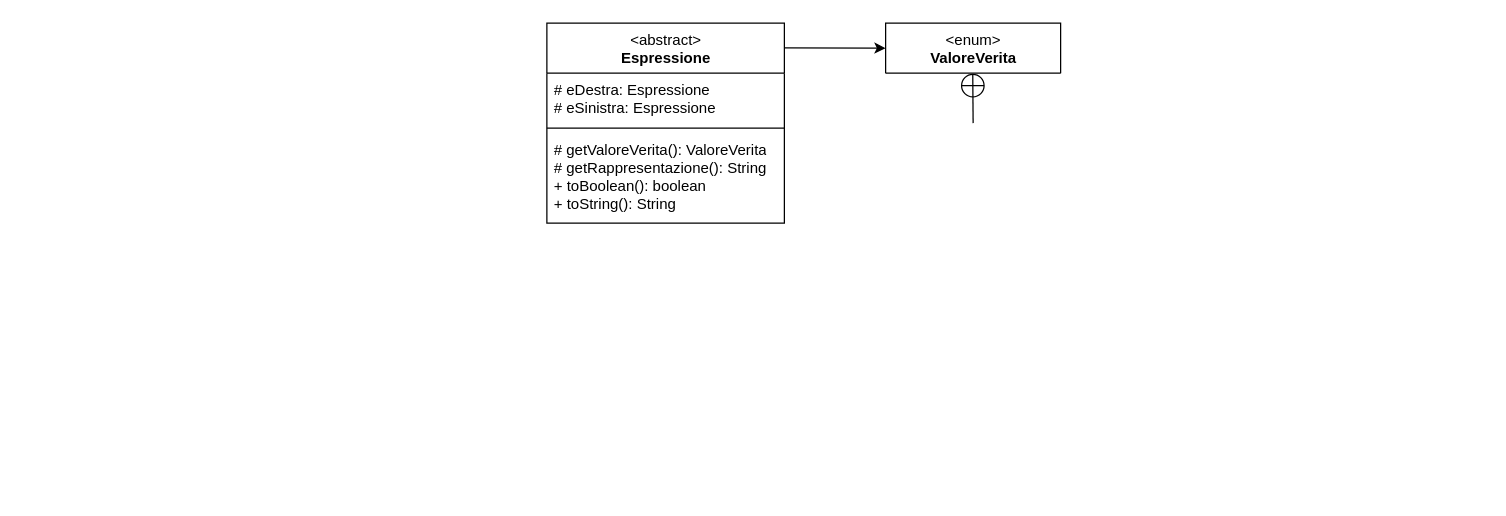
Earlier version of the draw.io diagram UML.drawio (AntoninoRando/Java-Exercises). Source tidied: cells renumbered, new cells numbered last; positions are measured from the earlier drawing's top-left corner, leaving out a move shared by most shapes. Both pictures are drawn from the tidied source at 125%, with x=0, y=0 at pixel (546, 22).
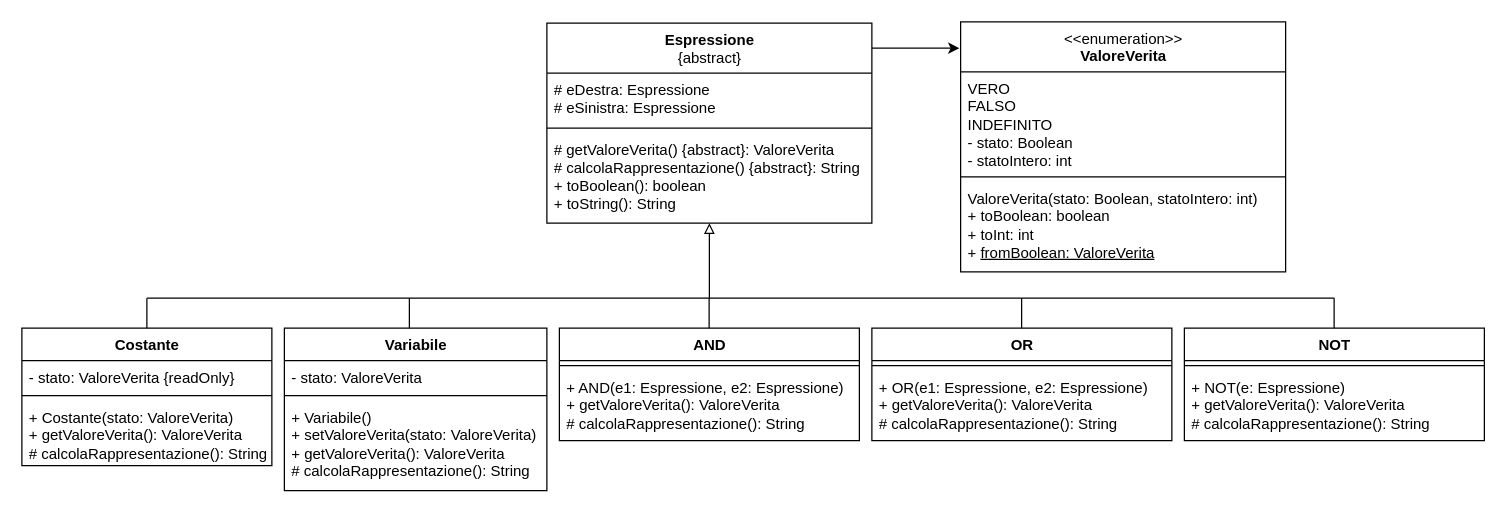
The same page after the edit.

Commit message:
UML + bug fix

Change to the diagram source:
```diff
@@
-    <mxCell id="2" value="&amp;lt;abstract&amp;gt;&lt;br&gt;&lt;b&gt;Espressione&lt;/b&gt;" style="swimlane;fontStyle=0;align=center;verticalAlign=top;horizontal=1;startSize=40;html=1;" parent="1" vertex="1">
-      <mxGeometry width="190" height="160" as="geometry" />
+    <mxCell id="2" value="&lt;b&gt;Espressione&lt;/b&gt;&lt;br&gt;{abstract}" style="swimlane;fontStyle=0;align=center;verticalAlign=top;horizontal=1;startSize=40;html=1;" parent="1" vertex="1">
+      <mxGeometry width="260" height="160" as="geometry" />
     </mxCell>
     <mxCell id="3" value="# eDestra: Espressione&lt;br&gt;# eSinistra: Espressione" style="text;html=1;strokeColor=none;fillColor=none;align=left;verticalAlign=top;spacingLeft=4;spacingRight=4;overflow=hidden;" parent="2" vertex="1">
-      <mxGeometry y="40" width="190" height="40" as="geometry" />
+      <mxGeometry y="40" width="260" height="40" as="geometry" />
     </mxCell>
     <mxCell id="4" style="line;strokeWidth=1;fillColor=none;align=left;verticalAlign=middle;spacingTop=-1;spacingLeft=3;spacingRight=3;labelPosition=right;" parent="2" vertex="1">
-      <mxGeometry y="80" width="190" height="8" as="geometry" />
+      <mxGeometry y="80" width="260" height="8" as="geometry" />
     </mxCell>
-    <mxCell id="5" value="# getValoreVerita():&amp;nbsp;ValoreVerita&lt;br&gt;# getRappresentazione(): String&lt;br&gt;+ toBoolean(): boolean&lt;br&gt;+ toString(): String" style="text;html=1;strokeColor=none;fillColor=none;align=left;verticalAlign=top;spacingLeft=4;spacingRight=4;overflow=hidden;" parent="2" vertex="1">
-      <mxGeometry y="88" width="190" height="72" as="geometry" />
+    <mxCell id="5" value="# getValoreVerita() {abstract}:&amp;nbsp;ValoreVerita&lt;br&gt;# calcolaRappresentazione() {abstract}: String&lt;br&gt;+ toBoolean(): boolean&lt;br&gt;+ toString(): String" style="text;html=1;strokeColor=none;fillColor=none;align=left;verticalAlign=top;spacingLeft=4;spacingRight=4;overflow=hidden;" parent="2" vertex="1">
+      <mxGeometry y="88" width="260" height="72" as="geometry" />
     </mxCell>
-    <mxCell id="6" value="&amp;lt;enum&amp;gt;&lt;br&gt;&lt;b&gt;ValoreVerita&lt;/b&gt;" style="swimlane;fontStyle=0;align=center;verticalAlign=top;horizontal=1;startSize=40;html=1;" parent="1" vertex="1">
-      <mxGeometry x="271" width="140" height="40" as="geometry" />
-    </mxCell>
-    <mxCell id="7" style="endArrow=classic;html=1;entryX=0;entryY=0.5;entryDx=0;entryDy=0;exitX=0.999;exitY=0.124;exitDx=0;exitDy=0;exitPerimeter=0;" parent="1" edge="1" source="2" target="6">
-      <mxGeometry relative="1" as="geometry" />
+    <mxCell id="7" style="endArrow=classic;html=1;exitX=1;exitY=0.125;exitDx=0;exitDy=0;exitPerimeter=0;" parent="1" edge="1" source="2">
+      <mxGeometry relative="1" as="geometry">
+        <mxPoint x="330" y="20" as="targetPoint" />
+      </mxGeometry>
     </mxCell>
-    <mxCell id="8" style="endArrow=circlePlus;startArrow=none;endFill=0;startFill=0;endSize=8;html=1;labelBackgroundColor=none;" parent="1" edge="1">
-      <mxGeometry relative="1" as="geometry">
-        <mxPoint x="341" y="80" as="sourcePoint" />
-        <mxPoint x="340.7" y="40" as="targetPoint" />
-      </mxGeometry>
-    </mxCell>
+    <mxCell id="9" value="&lt;b&gt;Costante&lt;br&gt;&lt;/b&gt;" style="swimlane;fontStyle=0;align=center;verticalAlign=top;horizontal=1;startSize=26;html=1;" parent="1" vertex="1">
+      <mxGeometry x="-420" y="244" width="200" height="110" as="geometry" />
+    </mxCell>
+    <mxCell id="10" value="- stato: ValoreVerita {readOnly}" style="text;html=1;strokeColor=none;fillColor=none;align=left;verticalAlign=top;spacingLeft=4;spacingRight=4;overflow=hidden;" parent="9" vertex="1">
+      <mxGeometry y="26" width="200" height="24" as="geometry" />
+    </mxCell>
+    <mxCell id="11" style="line;strokeWidth=1;fillColor=none;align=left;verticalAlign=middle;spacingTop=-1;spacingLeft=3;spacingRight=3;labelPosition=right;" parent="9" vertex="1">
+      <mxGeometry y="50" width="200" height="8" as="geometry" />
+    </mxCell>
+    <mxCell id="12" value="+ Costante(stato: ValoreVerita)&lt;br&gt;+ getValoreVerita(): ValoreVerita&lt;br&gt;# calcolaRappresentazione(): String" style="text;html=1;strokeColor=none;fillColor=none;align=left;verticalAlign=top;spacingLeft=4;spacingRight=4;overflow=hidden;" parent="9" vertex="1">
+      <mxGeometry y="58" width="200" height="52" as="geometry" />
+    </mxCell>
+    <mxCell id="13" value="&lt;b&gt;Variabile&lt;br&gt;&lt;/b&gt;" style="swimlane;fontStyle=0;align=center;verticalAlign=top;horizontal=1;startSize=26;html=1;" parent="1" vertex="1">
+      <mxGeometry x="-210" y="244" width="210" height="130" as="geometry" />
+    </mxCell>
+    <mxCell id="14" value="- stato: ValoreVerita" style="text;html=1;strokeColor=none;fillColor=none;align=left;verticalAlign=top;spacingLeft=4;spacingRight=4;overflow=hidden;" parent="13" vertex="1">
+      <mxGeometry y="26" width="210" height="24" as="geometry" />
+    </mxCell>
+    <mxCell id="15" style="line;strokeWidth=1;fillColor=none;align=left;verticalAlign=middle;spacingTop=-1;spacingLeft=3;spacingRight=3;labelPosition=right;" parent="13" vertex="1">
+      <mxGeometry y="50" width="210" height="8" as="geometry" />
+    </mxCell>
+    <mxCell id="16" value="+ Variabile()&lt;br&gt;+ setValoreVerita(stato: ValoreVerita)&lt;br&gt;+ getValoreVerita(): ValoreVerita&lt;br&gt;# calcolaRappresentazione(): String" style="text;html=1;strokeColor=none;fillColor=none;align=left;verticalAlign=top;spacingLeft=4;spacingRight=4;overflow=hidden;" parent="13" vertex="1">
+      <mxGeometry y="58" width="210" height="72" as="geometry" />
+    </mxCell>
+    <mxCell id="17" value="&lt;b&gt;AND&lt;br&gt;&lt;/b&gt;" style="swimlane;fontStyle=0;align=center;verticalAlign=top;horizontal=1;startSize=26;html=1;" parent="1" vertex="1">
+      <mxGeometry x="10" y="244" width="240" height="90" as="geometry" />
+    </mxCell>
+    <mxCell id="18" style="line;strokeWidth=1;fillColor=none;align=left;verticalAlign=middle;spacingTop=-1;spacingLeft=3;spacingRight=3;labelPosition=right;" parent="17" vertex="1">
+      <mxGeometry y="26" width="240" height="8" as="geometry" />
+    </mxCell>
+    <mxCell id="19" value="+ AND(e1: Espressione, e2: Espressione)&lt;br&gt;+ getValoreVerita(): ValoreVerita&lt;br&gt;# calcolaRappresentazione(): String" style="text;html=1;strokeColor=none;fillColor=none;align=left;verticalAlign=top;spacingLeft=4;spacingRight=4;overflow=hidden;" parent="17" vertex="1">
+      <mxGeometry y="34" width="240" height="56" as="geometry" />
+    </mxCell>
+    <mxCell id="20" value="&lt;b&gt;OR&lt;br&gt;&lt;/b&gt;" style="swimlane;fontStyle=0;align=center;verticalAlign=top;horizontal=1;startSize=26;html=1;" parent="1" vertex="1">
+      <mxGeometry x="260" y="244" width="240" height="90" as="geometry" />
+    </mxCell>
+    <mxCell id="21" style="line;strokeWidth=1;fillColor=none;align=left;verticalAlign=middle;spacingTop=-1;spacingLeft=3;spacingRight=3;labelPosition=right;" parent="20" vertex="1">
+      <mxGeometry y="26" width="240" height="8" as="geometry" />
+    </mxCell>
+    <mxCell id="22" value="+ OR(e1: Espressione, e2: Espressione)&lt;br&gt;+ getValoreVerita(): ValoreVerita&lt;br&gt;# calcolaRappresentazione(): String" style="text;html=1;strokeColor=none;fillColor=none;align=left;verticalAlign=top;spacingLeft=4;spacingRight=4;overflow=hidden;" parent="20" vertex="1">
+      <mxGeometry y="34" width="240" height="56" as="geometry" />
+    </mxCell>
+    <mxCell id="23" value="&lt;b&gt;NOT&lt;br&gt;&lt;/b&gt;" style="swimlane;fontStyle=0;align=center;verticalAlign=top;horizontal=1;startSize=26;html=1;" parent="1" vertex="1">
+      <mxGeometry x="510" y="244" width="240" height="90" as="geometry" />
+    </mxCell>
+    <mxCell id="24" style="line;strokeWidth=1;fillColor=none;align=left;verticalAlign=middle;spacingTop=-1;spacingLeft=3;spacingRight=3;labelPosition=right;" parent="23" vertex="1">
+      <mxGeometry y="26" width="240" height="8" as="geometry" />
+    </mxCell>
+    <mxCell id="25" value="+ NOT(e: Espressione)&lt;br&gt;+ getValoreVerita(): ValoreVerita&lt;br&gt;# calcolaRappresentazione(): String" style="text;html=1;strokeColor=none;fillColor=none;align=left;verticalAlign=top;spacingLeft=4;spacingRight=4;overflow=hidden;" parent="23" vertex="1">
+      <mxGeometry y="34" width="240" height="56" as="geometry" />
+    </mxCell>
+    <mxCell id="26" style="endArrow=block;html=1;endFill=0;" parent="1" edge="1">
+      <mxGeometry relative="1" as="geometry">
+        <mxPoint x="130" y="220" as="sourcePoint" />
+        <mxPoint x="130" y="160" as="targetPoint" />
+      </mxGeometry>
+    </mxCell>
+    <mxCell id="27" style="endArrow=none;html=1;" parent="1" edge="1">
+      <mxGeometry relative="1" as="geometry">
+        <mxPoint x="-320" y="220" as="sourcePoint" />
+        <mxPoint x="630" y="220" as="targetPoint" />
+      </mxGeometry>
+    </mxCell>
+    <mxCell id="28" style="endArrow=none;html=1;exitX=0.5;exitY=0;exitDx=0;exitDy=0;" parent="1" edge="1" source="9">
+      <mxGeometry relative="1" as="geometry">
+        <mxPoint x="-320" y="220" as="targetPoint" />
+      </mxGeometry>
+    </mxCell>
+    <mxCell id="29" style="endArrow=none;html=1;exitX=0.5;exitY=0;exitDx=0;exitDy=0;" parent="1" edge="1">
+      <mxGeometry relative="1" as="geometry">
+        <mxPoint x="-110" y="244" as="sourcePoint" />
+        <mxPoint x="-110" y="220" as="targetPoint" />
+      </mxGeometry>
+    </mxCell>
+    <mxCell id="30" style="endArrow=none;html=1;exitX=0.5;exitY=0;exitDx=0;exitDy=0;" parent="1" edge="1">
+      <mxGeometry relative="1" as="geometry">
+        <mxPoint x="129.8" y="244" as="sourcePoint" />
+        <mxPoint x="129.8" y="220" as="targetPoint" />
+      </mxGeometry>
+    </mxCell>
+    <mxCell id="31" style="endArrow=none;html=1;exitX=0.5;exitY=0;exitDx=0;exitDy=0;" parent="1" edge="1">
+      <mxGeometry relative="1" as="geometry">
+        <mxPoint x="379.8" y="244" as="sourcePoint" />
+        <mxPoint x="379.8" y="220" as="targetPoint" />
+      </mxGeometry>
+    </mxCell>
+    <mxCell id="32" style="endArrow=none;html=1;exitX=0.5;exitY=0;exitDx=0;exitDy=0;" parent="1" edge="1">
+      <mxGeometry relative="1" as="geometry">
+        <mxPoint x="629.8" y="244" as="sourcePoint" />
+        <mxPoint x="629.8" y="220" as="targetPoint" />
+      </mxGeometry>
+    </mxCell>
+    <mxCell id="33" value="&amp;lt;&amp;lt;enumeration&amp;gt;&amp;gt;&lt;b&gt;&lt;br&gt;ValoreVerita&lt;/b&gt;" style="swimlane;fontStyle=0;align=center;verticalAlign=top;horizontal=1;startSize=40;html=1;" parent="1" vertex="1">
+      <mxGeometry x="331" y="-1" width="260" height="200" as="geometry" />
+    </mxCell>
+    <mxCell id="34" value="VERO&lt;br&gt;FALSO&lt;br&gt;INDEFINITO&lt;br&gt;- stato: Boolean&lt;br&gt;- statoIntero: int" style="text;html=1;strokeColor=none;fillColor=none;align=left;verticalAlign=top;spacingLeft=4;spacingRight=4;overflow=hidden;" parent="33" vertex="1">
+      <mxGeometry y="40" width="260" height="80" as="geometry" />
+    </mxCell>
+    <mxCell id="35" style="line;strokeWidth=1;fillColor=none;align=left;verticalAlign=middle;spacingTop=-1;spacingLeft=3;spacingRight=3;labelPosition=right;" parent="33" vertex="1">
+      <mxGeometry y="120" width="260" height="8" as="geometry" />
+    </mxCell>
+    <mxCell id="36" value="ValoreVerita(stato: Boolean, statoIntero: int)&lt;br&gt;+ toBoolean: boolean&lt;br&gt;+ toInt: int&lt;br&gt;+ &lt;u&gt;fromBoolean: ValoreVerita&lt;/u&gt;" style="text;html=1;strokeColor=none;fillColor=none;align=left;verticalAlign=top;spacingLeft=4;spacingRight=4;overflow=hidden;" parent="33" vertex="1">
+      <mxGeometry y="128" width="260" height="72" as="geometry" />
+    </mxCell>
```
